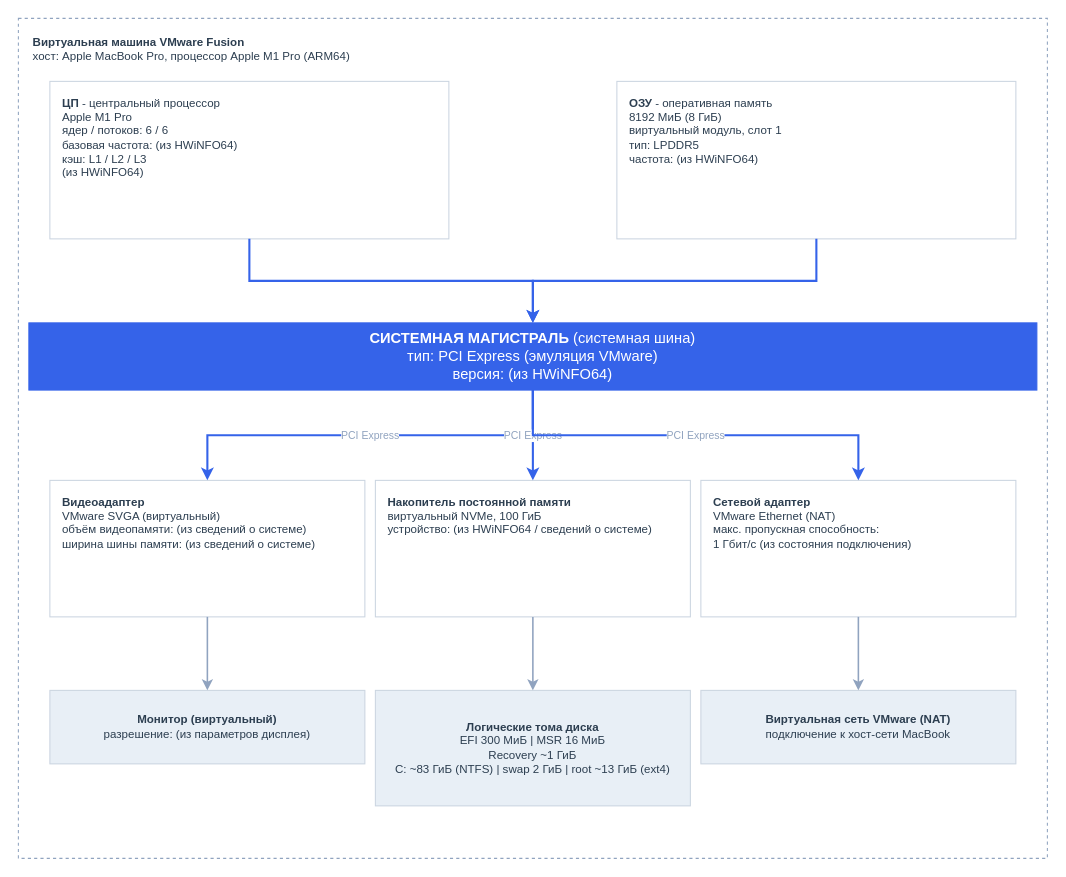
Above: lab1/схема_аппаратная_конфигурация.drawio in martim-x/OperatingSystems (draw.io), before the change. Source tidied: cells renumbered, new cells numbered last; positions are measured from the earlier drawing's top-left corner, leaving out a move shared by most shapes. Both pictures are drawn from the tidied source at 105%, with x=0, y=0 at pixel (18, 18).
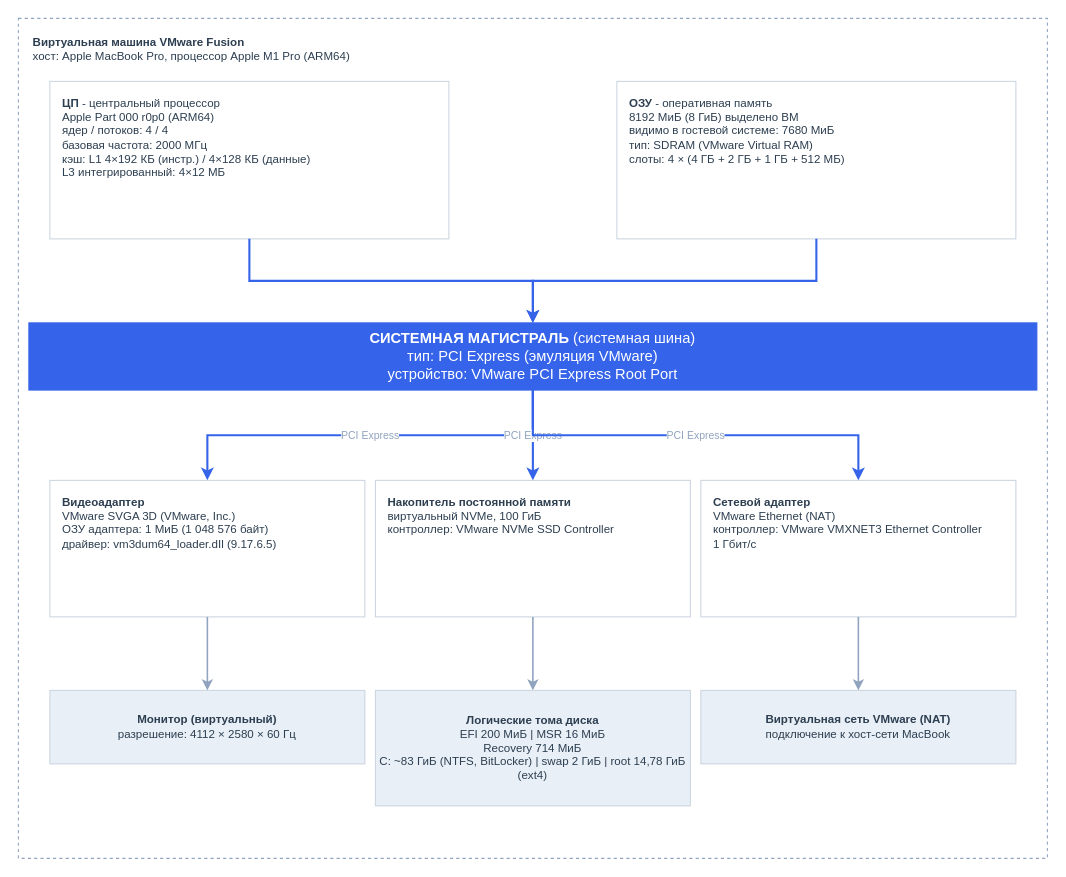
Above is the later version.

Change to the diagram source:
```diff
@@
 <mxGraphModel>
   <root>
     <mxCell id="0" />
     <mxCell id="1" parent="0" />
     <mxCell id="2" value="&lt;b&gt;Виртуальная машина VMware Fusion&lt;/b&gt;&lt;br&gt;хост: Apple MacBook Pro, процессор Apple M1 Pro (ARM64)" style="rounded=0;whiteSpace=wrap;html=1;fillColor=none;strokeColor=#90a3bf;strokeWidth=1;dashed=1;verticalAlign=top;align=left;spacingLeft=12;spacingTop=10;fontColor=#2c3e50;fontSize=11;" parent="1" vertex="1">
       <mxGeometry width="980" height="800" as="geometry" />
     </mxCell>
-    <mxCell id="3" value="&lt;b&gt;ЦП&lt;/b&gt; - центральный процессор&lt;br&gt;Apple M1 Pro&lt;br&gt;ядер / потоков: 6 / 6&lt;br&gt;базовая частота: (из HWiNFO64)&lt;br&gt;кэш: L1 / L2 / L3&lt;br&gt;(из HWiNFO64)" style="rounded=0;whiteSpace=wrap;html=1;fillColor=#ffffff;strokeColor=#cbd5e0;strokeWidth=1;verticalAlign=top;align=left;spacingLeft=10;spacingTop=8;fontColor=#2c3e50;fontSize=11;" parent="1" vertex="1">
+    <mxCell id="3" value="&lt;b&gt;ЦП&lt;/b&gt; - центральный процессор&lt;br&gt;Apple Part 000 r0p0 (ARM64)&lt;br&gt;ядер / потоков: 4 / 4&lt;br&gt;базовая частота: 2000 МГц&lt;br&gt;кэш: L1 4×192 КБ (инстр.) / 4×128 КБ (данные)&lt;br&gt;L3 интегрированный: 4×12 МБ" style="rounded=0;whiteSpace=wrap;html=1;fillColor=#ffffff;strokeColor=#cbd5e0;strokeWidth=1;verticalAlign=top;align=left;spacingLeft=10;spacingTop=8;fontColor=#2c3e50;fontSize=11;" parent="1" vertex="1">
       <mxGeometry x="30" y="60" width="380" height="150" as="geometry" />
     </mxCell>
-    <mxCell id="4" value="&lt;b&gt;ОЗУ&lt;/b&gt; - оперативная память&lt;br&gt;8192 МиБ (8 ГиБ)&lt;br&gt;виртуальный модуль, слот 1&lt;br&gt;тип: LPDDR5&lt;br&gt;частота: (из HWiNFO64)" style="rounded=0;whiteSpace=wrap;html=1;fillColor=#ffffff;strokeColor=#cbd5e0;strokeWidth=1;verticalAlign=top;align=left;spacingLeft=10;spacingTop=8;fontColor=#2c3e50;fontSize=11;" parent="1" vertex="1">
+    <mxCell id="4" value="&lt;b&gt;ОЗУ&lt;/b&gt; - оперативная память&lt;br&gt;8192 МиБ (8 ГиБ) выделено ВМ&lt;br&gt;видимо в гостевой системе: 7680 МиБ&lt;br&gt;тип: SDRAM (VMware Virtual RAM)&lt;br&gt;слоты: 4 × (4 ГБ + 2 ГБ + 1 ГБ + 512 МБ)" style="rounded=0;whiteSpace=wrap;html=1;fillColor=#ffffff;strokeColor=#cbd5e0;strokeWidth=1;verticalAlign=top;align=left;spacingLeft=10;spacingTop=8;fontColor=#2c3e50;fontSize=11;" parent="1" vertex="1">
       <mxGeometry x="570" y="60" width="380" height="150" as="geometry" />
     </mxCell>
-    <mxCell id="5" value="&lt;b&gt;СИСТЕМНАЯ МАГИСТРАЛЬ&lt;/b&gt; (системная шина)&lt;br&gt;тип: PCI Express (эмуляция VMware)&lt;br&gt;версия: (из HWiNFO64)" style="rounded=0;whiteSpace=wrap;html=1;fillColor=#3563e9;strokeColor=#3563e9;strokeWidth=1;verticalAlign=middle;align=center;fontColor=#ffffff;fontSize=14;fontStyle=0;" parent="1" vertex="1">
+    <mxCell id="5" value="&lt;b&gt;СИСТЕМНАЯ МАГИСТРАЛЬ&lt;/b&gt; (системная шина)&lt;br&gt;тип: PCI Express (эмуляция VMware)&lt;br&gt;устройство: VMware PCI Express Root Port" style="rounded=0;whiteSpace=wrap;html=1;fillColor=#3563e9;strokeColor=#3563e9;strokeWidth=1;verticalAlign=middle;align=center;fontColor=#ffffff;fontSize=14;fontStyle=0;" parent="1" vertex="1">
       <mxGeometry x="10" y="290" width="960" height="64" as="geometry" />
     </mxCell>
-    <mxCell id="6" value="&lt;b&gt;Видеоадаптер&lt;/b&gt;&lt;br&gt;VMware SVGA (виртуальный)&lt;br&gt;объём видеопамяти: (из сведений о системе)&lt;br&gt;ширина шины памяти: (из сведений о системе)" style="rounded=0;whiteSpace=wrap;html=1;fillColor=#ffffff;strokeColor=#cbd5e0;strokeWidth=1;verticalAlign=top;align=left;spacingLeft=10;spacingTop=8;fontColor=#2c3e50;fontSize=11;" parent="1" vertex="1">
+    <mxCell id="6" value="&lt;b&gt;Видеоадаптер&lt;/b&gt;&lt;br&gt;VMware SVGA 3D (VMware, Inc.)&lt;br&gt;ОЗУ адаптера: 1 МиБ (1 048 576 байт)&lt;br&gt;драйвер: vm3dum64_loader.dIl (9.17.6.5)" style="rounded=0;whiteSpace=wrap;html=1;fillColor=#ffffff;strokeColor=#cbd5e0;strokeWidth=1;verticalAlign=top;align=left;spacingLeft=10;spacingTop=8;fontColor=#2c3e50;fontSize=11;" parent="1" vertex="1">
       <mxGeometry x="30" y="440" width="300" height="130" as="geometry" />
     </mxCell>
-    <mxCell id="7" value="&lt;b&gt;Накопитель постоянной памяти&lt;/b&gt;&lt;br&gt;виртуальный NVMe, 100 ГиБ&lt;br&gt;устройство: (из HWiNFO64 / сведений о системе)" style="rounded=0;whiteSpace=wrap;html=1;fillColor=#ffffff;strokeColor=#cbd5e0;strokeWidth=1;verticalAlign=top;align=left;spacingLeft=10;spacingTop=8;fontColor=#2c3e50;fontSize=11;" parent="1" vertex="1">
+    <mxCell id="7" value="&lt;b&gt;Накопитель постоянной памяти&lt;/b&gt;&lt;br&gt;виртуальный NVMe, 100 ГиБ&lt;br&gt;контроллер: VMware NVMe SSD Controller" style="rounded=0;whiteSpace=wrap;html=1;fillColor=#ffffff;strokeColor=#cbd5e0;strokeWidth=1;verticalAlign=top;align=left;spacingLeft=10;spacingTop=8;fontColor=#2c3e50;fontSize=11;" parent="1" vertex="1">
       <mxGeometry x="340" y="440" width="300" height="130" as="geometry" />
     </mxCell>
-    <mxCell id="8" value="&lt;b&gt;Сетевой адаптер&lt;/b&gt;&lt;br&gt;VMware Ethernet (NAT)&lt;br&gt;макс. пропускная способность:&lt;br&gt;1 Гбит/с (из состояния подключения)" style="rounded=0;whiteSpace=wrap;html=1;fillColor=#ffffff;strokeColor=#cbd5e0;strokeWidth=1;verticalAlign=top;align=left;spacingLeft=10;spacingTop=8;fontColor=#2c3e50;fontSize=11;" parent="1" vertex="1">
+    <mxCell id="8" value="&lt;b&gt;Сетевой адаптер&lt;/b&gt;&lt;br&gt;VMware Ethernet (NAT)&lt;br&gt;контроллер: VMware VMXNET3 Ethernet Controller&lt;br&gt;1 Гбит/с" style="rounded=0;whiteSpace=wrap;html=1;fillColor=#ffffff;strokeColor=#cbd5e0;strokeWidth=1;verticalAlign=top;align=left;spacingLeft=10;spacingTop=8;fontColor=#2c3e50;fontSize=11;" parent="1" vertex="1">
       <mxGeometry x="650" y="440" width="300" height="130" as="geometry" />
     </mxCell>
-    <mxCell id="9" value="&lt;b&gt;Монитор (виртуальный)&lt;/b&gt;&lt;br&gt;разрешение: (из параметров дисплея)" style="rounded=0;whiteSpace=wrap;html=1;fillColor=#e8eff6;strokeColor=#cbd5e0;strokeWidth=1;verticalAlign=middle;align=center;fontColor=#2c3e50;fontSize=11;" parent="1" vertex="1">
+    <mxCell id="9" value="&lt;b&gt;Монитор (виртуальный)&lt;/b&gt;&lt;br&gt;разрешение: 4112 × 2580 × 60 Гц" style="rounded=0;whiteSpace=wrap;html=1;fillColor=#e8eff6;strokeColor=#cbd5e0;strokeWidth=1;verticalAlign=middle;align=center;fontColor=#2c3e50;fontSize=11;" parent="1" vertex="1">
       <mxGeometry x="30" y="640" width="300" height="70" as="geometry" />
     </mxCell>
-    <mxCell id="10" value="&lt;b&gt;Логические тома диска&lt;/b&gt;&lt;br&gt;EFI 300 МиБ | MSR 16 МиБ&lt;br&gt;Recovery ~1 ГиБ&lt;br&gt;C: ~83 ГиБ (NTFS) | swap 2 ГиБ | root ~13 ГиБ (ext4)" style="rounded=0;whiteSpace=wrap;html=1;fillColor=#e8eff6;strokeColor=#cbd5e0;strokeWidth=1;verticalAlign=middle;align=center;fontColor=#2c3e50;fontSize=11;" parent="1" vertex="1">
+    <mxCell id="10" value="&lt;b&gt;Логические тома диска&lt;/b&gt;&lt;br&gt;EFI 200 МиБ | MSR 16 МиБ&lt;br&gt;Recovery 714 МиБ&lt;br&gt;C: ~83 ГиБ (NTFS, BitLocker) | swap 2 ГиБ | root 14,78 ГиБ (ext4)" style="rounded=0;whiteSpace=wrap;html=1;fillColor=#e8eff6;strokeColor=#cbd5e0;strokeWidth=1;verticalAlign=middle;align=center;fontColor=#2c3e50;fontSize=11;" parent="1" vertex="1">
       <mxGeometry x="340" y="640" width="300" height="110" as="geometry" />
     </mxCell>
     <mxCell id="11" value="&lt;b&gt;Виртуальная сеть VMware (NAT)&lt;/b&gt;&lt;br&gt;подключение к хост-сети MacBook" style="rounded=0;whiteSpace=wrap;html=1;fillColor=#e8eff6;strokeColor=#cbd5e0;strokeWidth=1;verticalAlign=middle;align=center;fontColor=#2c3e50;fontSize=11;" parent="1" vertex="1">
       <mxGeometry x="650" y="640" width="300" height="70" as="geometry" />
     </mxCell>
     <mxCell id="12" style="edgeStyle=orthogonalEdgeStyle;rounded=0;html=1;strokeColor=#3563e9;strokeWidth=2;exitX=0.5;exitY=1;exitDx=0;exitDy=0;entryX=0.5;entryY=0;entryDx=0;entryDy=0;" parent="1" edge="1" source="3" target="5">
       <mxGeometry relative="1" as="geometry" />
     </mxCell>
     <mxCell id="13" style="edgeStyle=orthogonalEdgeStyle;rounded=0;html=1;strokeColor=#3563e9;strokeWidth=2;exitX=0.5;exitY=1;exitDx=0;exitDy=0;entryX=0.5;entryY=0;entryDx=0;entryDy=0;" parent="1" edge="1" source="4" target="5">
       <mxGeometry relative="1" as="geometry" />
     </mxCell>
     <mxCell id="14" value="PCI Express" style="edgeStyle=orthogonalEdgeStyle;rounded=0;html=1;strokeColor=#3563e9;strokeWidth=2;exitX=0.5;exitY=1;exitDx=0;exitDy=0;entryX=0.5;entryY=0;entryDx=0;entryDy=0;fontColor=#90a3bf;fontSize=10;labelBackgroundColor=#ffffff;" parent="1" edge="1" source="5" target="6">
       <mxGeometry relative="1" as="geometry" />
     </mxCell>
     <mxCell id="15" value="PCI Express" style="edgeStyle=orthogonalEdgeStyle;rounded=0;html=1;strokeColor=#3563e9;strokeWidth=2;exitX=0.5;exitY=1;exitDx=0;exitDy=0;entryX=0.5;entryY=0;entryDx=0;entryDy=0;fontColor=#90a3bf;fontSize=10;labelBackgroundColor=#ffffff;" parent="1" edge="1" source="5" target="7">
       <mxGeometry relative="1" as="geometry" />
     </mxCell>
     <mxCell id="16" value="PCI Express" style="edgeStyle=orthogonalEdgeStyle;rounded=0;html=1;strokeColor=#3563e9;strokeWidth=2;exitX=0.5;exitY=1;exitDx=0;exitDy=0;entryX=0.5;entryY=0;entryDx=0;entryDy=0;fontColor=#90a3bf;fontSize=10;labelBackgroundColor=#ffffff;" parent="1" edge="1" source="5" target="8">
       <mxGeometry relative="1" as="geometry" />
     </mxCell>
     <mxCell id="17" style="edgeStyle=orthogonalEdgeStyle;rounded=0;html=1;strokeColor=#90a3bf;strokeWidth=1.5;exitX=0.5;exitY=1;exitDx=0;exitDy=0;entryX=0.5;entryY=0;entryDx=0;entryDy=0;" parent="1" edge="1" source="6" target="9">
       <mxGeometry relative="1" as="geometry" />
     </mxCell>
     <mxCell id="18" style="edgeStyle=orthogonalEdgeStyle;rounded=0;html=1;strokeColor=#90a3bf;strokeWidth=1.5;exitX=0.5;exitY=1;exitDx=0;exitDy=0;entryX=0.5;entryY=0;entryDx=0;entryDy=0;" parent="1" edge="1" source="7" target="10">
       <mxGeometry relative="1" as="geometry" />
     </mxCell>
     <mxCell id="19" style="edgeStyle=orthogonalEdgeStyle;rounded=0;html=1;strokeColor=#90a3bf;strokeWidth=1.5;exitX=0.5;exitY=1;exitDx=0;exitDy=0;entryX=0.5;entryY=0;entryDx=0;entryDy=0;" parent="1" edge="1" source="8" target="11">
       <mxGeometry relative="1" as="geometry" />
     </mxCell>
   </root>
 </mxGraphModel>
```
